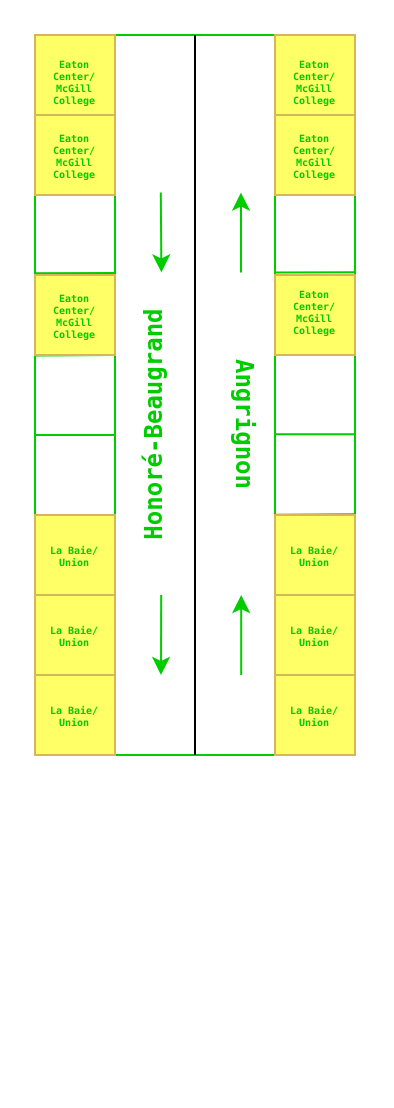
Before: assets/template.drawio in khalilv/khalilv.github.io, a draw.io diagram. Source tidied: cells renumbered, new cells numbered last; positions are measured from the earlier drawing's top-left corner, leaving out a move shared by most shapes. Both pictures are drawn from the tidied source at 200%, with x=0, y=0 at pixel (-166, 34).
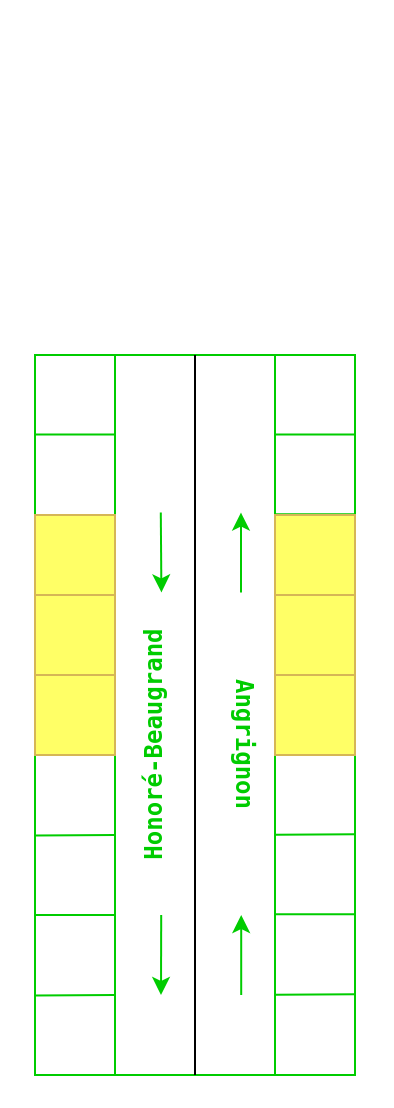
The same page after the edit.

What changed in the source:
```diff
@@
     <mxCell id="2" style="rounded=1;whiteSpace=wrap;html=1;rotation=-90;strokeColor=#00CC00;arcSize=0;" parent="1" vertex="1">
-      <mxGeometry y="100" width="360" height="160" as="geometry" />
+      <mxGeometry y="260" width="360" height="160" as="geometry" />
     </mxCell>
     <mxCell id="3" style="endArrow=none;html=1;rounded=0;strokeColor=#00CC00;" parent="1" edge="1">
       <mxGeometry relative="1" as="geometry">
-        <mxPoint x="140" y="80" as="sourcePoint" />
-        <mxPoint x="100" y="80" as="targetPoint" />
+        <mxPoint x="140" y="240" as="sourcePoint" />
+        <mxPoint x="100" y="240" as="targetPoint" />
       </mxGeometry>
     </mxCell>
     <mxCell id="4" style="endArrow=none;html=1;rounded=0;strokeColor=#00CC00;" parent="1" edge="1">
       <mxGeometry relative="1" as="geometry">
-        <mxPoint x="140" y="119" as="sourcePoint" />
-        <mxPoint x="100.2" y="119.1" as="targetPoint" />
+        <mxPoint x="140" y="279" as="sourcePoint" />
+        <mxPoint x="100.2" y="279.1" as="targetPoint" />
       </mxGeometry>
     </mxCell>
     <mxCell id="5" style="endArrow=none;html=1;rounded=0;strokeColor=#00CC00;" parent="1" edge="1">
       <mxGeometry relative="1" as="geometry">
-        <mxPoint x="140" y="160" as="sourcePoint" />
-        <mxPoint x="100.2" y="160.3" as="targetPoint" />
+        <mxPoint x="140" y="320" as="sourcePoint" />
+        <mxPoint x="100.2" y="320.3" as="targetPoint" />
       </mxGeometry>
     </mxCell>
     <mxCell id="6" style="endArrow=none;html=1;rounded=0;strokeColor=#00CC00;" parent="1" edge="1">
       <mxGeometry relative="1" as="geometry">
-        <mxPoint x="140" y="200" as="sourcePoint" />
-        <mxPoint x="100.2" y="200" as="targetPoint" />
+        <mxPoint x="140" y="360" as="sourcePoint" />
+        <mxPoint x="100.2" y="360" as="targetPoint" />
       </mxGeometry>
     </mxCell>
     <mxCell id="7" style="endArrow=none;html=1;rounded=0;strokeColor=#00CC00;" parent="1" edge="1">
       <mxGeometry relative="1" as="geometry">
-        <mxPoint x="140" y="240" as="sourcePoint" />
-        <mxPoint x="100.2" y="240.3" as="targetPoint" />
+        <mxPoint x="140" y="400" as="sourcePoint" />
+        <mxPoint x="100.2" y="400.3" as="targetPoint" />
       </mxGeometry>
     </mxCell>
     <mxCell id="8" style="endArrow=none;html=1;rounded=0;strokeColor=#00CC00;" parent="1" edge="1">
       <mxGeometry relative="1" as="geometry">
-        <mxPoint x="139.8" y="320" as="sourcePoint" />
-        <mxPoint x="100" y="320.3" as="targetPoint" />
+        <mxPoint x="139.8" y="480" as="sourcePoint" />
+        <mxPoint x="100" y="480.3" as="targetPoint" />
       </mxGeometry>
     </mxCell>
@@
     <mxCell id="12" style="endArrow=none;html=1;rounded=0;strokeColor=#00CC00;" parent="1" edge="1">
       <mxGeometry relative="1" as="geometry">
-        <mxPoint x="140" y="280" as="sourcePoint" />
-        <mxPoint x="100" y="280" as="targetPoint" />
+        <mxPoint x="140" y="440" as="sourcePoint" />
+        <mxPoint x="100" y="440" as="targetPoint" />
       </mxGeometry>
     </mxCell>
     <mxCell id="13" style="endArrow=none;html=1;rounded=0;strokeColor=#00CC00;" parent="1" edge="1">
       <mxGeometry relative="1" as="geometry">
-        <mxPoint x="260.2" y="79.6" as="sourcePoint" />
-        <mxPoint x="220.2" y="79.6" as="targetPoint" />
+        <mxPoint x="260.2" y="239.6" as="sourcePoint" />
+        <mxPoint x="220.2" y="239.6" as="targetPoint" />
       </mxGeometry>
     </mxCell>
     <mxCell id="14" style="endArrow=none;html=1;rounded=0;strokeColor=#00CC00;" parent="1" edge="1">
       <mxGeometry relative="1" as="geometry">
-        <mxPoint x="260.2" y="118.6" as="sourcePoint" />
-        <mxPoint x="220.2" y="118.7" as="targetPoint" />
+        <mxPoint x="260.2" y="278.6" as="sourcePoint" />
+        <mxPoint x="220.2" y="278.7" as="targetPoint" />
       </mxGeometry>
     </mxCell>
     <mxCell id="15" style="endArrow=none;html=1;rounded=0;strokeColor=#00CC00;" parent="1" edge="1">
       <mxGeometry relative="1" as="geometry">
-        <mxPoint x="260.2" y="159.6" as="sourcePoint" />
-        <mxPoint x="220.2" y="159.9" as="targetPoint" />
+        <mxPoint x="260.2" y="319.6" as="sourcePoint" />
+        <mxPoint x="220.2" y="319.9" as="targetPoint" />
       </mxGeometry>
     </mxCell>
     <mxCell id="16" style="endArrow=none;html=1;rounded=0;strokeColor=#00CC00;" parent="1" edge="1">
       <mxGeometry relative="1" as="geometry">
-        <mxPoint x="260.2" y="199.6" as="sourcePoint" />
-        <mxPoint x="220.2" y="199.6" as="targetPoint" />
+        <mxPoint x="260.2" y="359.6" as="sourcePoint" />
+        <mxPoint x="220.2" y="359.6" as="targetPoint" />
       </mxGeometry>
     </mxCell>
     <mxCell id="17" style="endArrow=none;html=1;rounded=0;strokeColor=#00CC00;" parent="1" edge="1">
       <mxGeometry relative="1" as="geometry">
-        <mxPoint x="260.2" y="239.6" as="sourcePoint" />
-        <mxPoint x="220.2" y="239.9" as="targetPoint" />
+        <mxPoint x="260.2" y="399.6" as="sourcePoint" />
+        <mxPoint x="220.2" y="399.9" as="targetPoint" />
       </mxGeometry>
     </mxCell>
     <mxCell id="18" style="endArrow=none;html=1;rounded=0;strokeColor=#00CC00;" parent="1" edge="1">
       <mxGeometry relative="1" as="geometry">
-        <mxPoint x="260.2" y="319.6" as="sourcePoint" />
-        <mxPoint x="220.2" y="319.9" as="targetPoint" />
+        <mxPoint x="260.2" y="479.6" as="sourcePoint" />
+        <mxPoint x="220.2" y="479.9" as="targetPoint" />
       </mxGeometry>
     </mxCell>
     <mxCell id="19" style="endArrow=none;html=1;rounded=0;entryX=0.25;entryY=0;entryDx=0;entryDy=0;strokeColor=#00CC00;" parent="1" edge="1">
       <mxGeometry relative="1" as="geometry">
-        <mxPoint x="260.2" y="279.6" as="sourcePoint" />
-        <mxPoint x="220.2" y="279.6" as="targetPoint" />
+        <mxPoint x="260.2" y="439.6" as="sourcePoint" />
+        <mxPoint x="220.2" y="439.6" as="targetPoint" />
       </mxGeometry>
     </mxCell>
     <mxCell id="20" value="Angrignon" style="text;html=1;strokeColor=none;fillColor=none;align=center;verticalAlign=middle;whiteSpace=wrap;rounded=0;rotation=90;fontColor=#00CC00;fontStyle=1;fontFamily=Lucida Console;" parent="1" vertex="1">
-      <mxGeometry x="160" y="180" width="90" height="30" as="geometry" />
+      <mxGeometry x="160" y="340" width="90" height="30" as="geometry" />
     </mxCell>
     <mxCell id="21" value="Honor&lt;b style=&quot;text-align: left; background-color: rgb(255, 255, 255);&quot;&gt;&lt;font style=&quot;font-size: 12px;&quot;&gt;é-Beaugrand&lt;/font&gt;&lt;/b&gt;" style="text;html=1;strokeColor=none;fillColor=none;align=center;verticalAlign=middle;whiteSpace=wrap;rounded=0;rotation=-90;fontColor=#00CC00;fontStyle=1;fontFamily=Lucida Console;" parent="1" vertex="1">
-      <mxGeometry x="80" y="180" width="160" height="30" as="geometry" />
+      <mxGeometry x="80" y="340" width="160" height="30" as="geometry" />
     </mxCell>
     <mxCell id="22" style="endArrow=classic;html=1;rounded=0;fontFamily=Lucida Console;fontSize=12;fontColor=#00CC00;strokeColor=#00CC00;fontStyle=1;" parent="1" edge="1">
       <mxGeometry relative="1" as="geometry">
-        <mxPoint x="203" y="118.8" as="sourcePoint" />
-        <mxPoint x="203" y="78.8" as="targetPoint" />
+        <mxPoint x="203" y="278.8" as="sourcePoint" />
+        <mxPoint x="203" y="238.8" as="targetPoint" />
       </mxGeometry>
     </mxCell>
     <mxCell id="23" style="endArrow=classic;html=1;rounded=0;fontFamily=Lucida Console;fontSize=12;fontColor=#00CC00;strokeColor=#00CC00;fontStyle=1;" parent="1" edge="1">
       <mxGeometry relative="1" as="geometry">
-        <mxPoint x="203.1" y="320" as="sourcePoint" />
-        <mxPoint x="203.1" y="280" as="targetPoint" />
+        <mxPoint x="203.1" y="480" as="sourcePoint" />
+        <mxPoint x="203.1" y="440" as="targetPoint" />
       </mxGeometry>
     </mxCell>
     <mxCell id="24" style="endArrow=classic;html=1;rounded=0;fontFamily=Lucida Console;fontSize=12;fontColor=#00CC00;strokeColor=#00CC00;fontStyle=1;" parent="1" edge="1">
       <mxGeometry relative="1" as="geometry">
-        <mxPoint x="163.1" y="280" as="sourcePoint" />
-        <mxPoint x="163" y="320" as="targetPoint" />
+        <mxPoint x="163.1" y="440" as="sourcePoint" />
+        <mxPoint x="163" y="480" as="targetPoint" />
       </mxGeometry>
     </mxCell>
     <mxCell id="25" style="endArrow=classic;html=1;rounded=0;fontFamily=Lucida Console;fontSize=12;fontColor=#00CC00;strokeColor=#00CC00;fontStyle=1;" parent="1" edge="1">
       <mxGeometry relative="1" as="geometry">
-        <mxPoint x="162.9" y="78.7" as="sourcePoint" />
-        <mxPoint x="163.2" y="118.7" as="targetPoint" />
+        <mxPoint x="162.9" y="238.7" as="sourcePoint" />
+        <mxPoint x="163.2" y="278.7" as="targetPoint" />
       </mxGeometry>
     </mxCell>
@@
     <mxCell id="27" style="endArrow=none;html=1;rounded=0;strokeColor=#00CC00;" parent="1" edge="1">
       <mxGeometry relative="1" as="geometry">
-        <mxPoint x="140" y="39.7" as="sourcePoint" />
-        <mxPoint x="100" y="39.7" as="targetPoint" />
+        <mxPoint x="140" y="199.7" as="sourcePoint" />
+        <mxPoint x="100" y="199.7" as="targetPoint" />
       </mxGeometry>
     </mxCell>
     <mxCell id="28" style="endArrow=none;html=1;rounded=0;strokeColor=#00CC00;" parent="1" edge="1">
       <mxGeometry relative="1" as="geometry">
-        <mxPoint x="260" y="39.7" as="sourcePoint" />
-        <mxPoint x="220.2" y="39.7" as="targetPoint" />
+        <mxPoint x="260" y="199.7" as="sourcePoint" />
+        <mxPoint x="220.2" y="199.7" as="targetPoint" />
       </mxGeometry>
     </mxCell>
-    <mxCell id="29" style="text;html=1;strokeColor=#d6b656;fillColor=#FFFF66;align=center;verticalAlign=middle;whiteSpace=wrap;rounded=1;fontFamily=Lucida Console;fontSize=7;fontColor=#00CC00;glass=0;sketch=0;arcSize=0;" parent="1" vertex="1">
+    <mxCell id="29" style="text;html=1;strokeColor=#D6B656;fillColor=#FFFF66;align=center;verticalAlign=middle;whiteSpace=wrap;rounded=1;fontFamily=Lucida Console;fontSize=7;fontColor=#00CC00;glass=0;sketch=0;arcSize=0;" parent="1" vertex="1">
       <mxGeometry x="220" y="320" width="40" height="40" as="geometry" />
     </mxCell>
-    <mxCell id="30" style="text;html=1;strokeColor=#d6b656;fillColor=#FFFF66;align=center;verticalAlign=middle;whiteSpace=wrap;rounded=1;fontFamily=Lucida Console;fontSize=7;fontColor=#00CC00;glass=0;sketch=0;arcSize=0;" parent="1" vertex="1">
-      <mxGeometry x="220" width="40" height="40" as="geometry" />
+    <mxCell id="30" style="text;html=1;strokeColor=none;fillColor=none;align=center;verticalAlign=middle;whiteSpace=wrap;rounded=1;fontFamily=Lucida Console;fontSize=7;fontColor=#00CC00;glass=0;sketch=0;arcSize=0;" parent="1" vertex="1">
+      <mxGeometry x="220" y="160" width="40" height="40" as="geometry" />
     </mxCell>
-    <mxCell id="31" style="text;html=1;strokeColor=#d6b656;fillColor=#FFFF66;align=center;verticalAlign=middle;whiteSpace=wrap;rounded=1;fontFamily=Lucida Console;fontSize=7;fontColor=#00CC00;glass=0;sketch=0;arcSize=0;" parent="1" vertex="1">
+    <mxCell id="31" style="text;html=1;strokeColor=#D6B656;fillColor=#FFFF66;align=center;verticalAlign=middle;whiteSpace=wrap;rounded=1;fontFamily=Lucida Console;fontSize=7;fontColor=#00CC00;glass=0;sketch=0;arcSize=0;" parent="1" vertex="1">
       <mxGeometry x="100" y="280" width="40" height="40" as="geometry" />
     </mxCell>
-    <mxCell id="32" style="text;html=1;strokeColor=#d6b656;fillColor=#FFFF66;align=center;verticalAlign=middle;whiteSpace=wrap;rounded=1;fontFamily=Lucida Console;fontSize=7;fontColor=#00CC00;glass=0;sketch=0;arcSize=0;" parent="1" vertex="1">
+    <mxCell id="32" style="text;html=1;strokeColor=#D6B656;fillColor=#FFFF66;align=center;verticalAlign=middle;whiteSpace=wrap;rounded=1;fontFamily=Lucida Console;fontSize=7;fontColor=#00CC00;glass=0;sketch=0;arcSize=0;" parent="1" vertex="1">
       <mxGeometry x="220" y="280" width="40" height="40" as="geometry" />
     </mxCell>
-    <mxCell id="33" style="text;html=1;strokeColor=#d6b656;fillColor=#FFFF66;align=center;verticalAlign=middle;whiteSpace=wrap;rounded=1;fontFamily=Lucida Console;fontSize=7;fontColor=#00CC00;glass=0;sketch=0;arcSize=0;" parent="1" vertex="1">
+    <mxCell id="33" style="text;html=1;strokeColor=#D6B656;fillColor=#FFFF66;align=center;verticalAlign=middle;whiteSpace=wrap;rounded=1;fontFamily=Lucida Console;fontSize=7;fontColor=#00CC00;glass=0;sketch=0;arcSize=0;" parent="1" vertex="1">
       <mxGeometry x="220" y="240" width="40" height="40" as="geometry" />
     </mxCell>
-    <mxCell id="34" style="text;html=1;strokeColor=#d6b656;fillColor=#FFFF66;align=center;verticalAlign=middle;whiteSpace=wrap;rounded=1;fontFamily=Lucida Console;fontSize=7;fontColor=#00CC00;glass=0;sketch=0;arcSize=0;" parent="1" vertex="1">
+    <mxCell id="34" style="text;html=1;strokeColor=#D6B656;fillColor=#FFFF66;align=center;verticalAlign=middle;whiteSpace=wrap;rounded=1;fontFamily=Lucida Console;fontSize=7;fontColor=#00CC00;glass=0;sketch=0;arcSize=0;" parent="1" vertex="1">
       <mxGeometry x="100" y="240" width="40" height="40" as="geometry" />
     </mxCell>
-    <mxCell id="35" style="text;html=1;strokeColor=#d6b656;fillColor=#FFFF66;align=center;verticalAlign=middle;whiteSpace=wrap;rounded=1;fontFamily=Lucida Console;fontSize=7;fontColor=#00CC00;glass=0;sketch=0;arcSize=0;" parent="1" vertex="1">
-      <mxGeometry x="100" y="120" width="40" height="40" as="geometry" />
-    </mxCell>
-    <mxCell id="36" style="text;html=1;strokeColor=#d6b656;fillColor=#FFFF66;align=center;verticalAlign=middle;whiteSpace=wrap;rounded=1;fontFamily=Lucida Console;fontSize=7;fontColor=#00CC00;glass=0;sketch=0;arcSize=0;" parent="1" vertex="1">
-      <mxGeometry x="100" y="40" width="40" height="40" as="geometry" />
-    </mxCell>
-    <mxCell id="37" style="text;html=1;strokeColor=#d6b656;fillColor=#FFFF66;align=center;verticalAlign=middle;whiteSpace=wrap;rounded=1;fontFamily=Lucida Console;fontSize=7;fontColor=#00CC00;glass=0;sketch=0;arcSize=0;" parent="1" vertex="1">
-      <mxGeometry x="100" width="40" height="40" as="geometry" />
-    </mxCell>
-    <mxCell id="38" style="text;html=1;strokeColor=#d6b656;fillColor=#FFFF66;align=center;verticalAlign=middle;whiteSpace=wrap;rounded=1;fontFamily=Lucida Console;fontSize=7;fontColor=#00CC00;glass=0;sketch=0;arcSize=0;" parent="1" vertex="1">
-      <mxGeometry x="220" y="40" width="40" height="40" as="geometry" />
-    </mxCell>
-    <mxCell id="39" style="text;html=1;strokeColor=#d6b656;fillColor=#FFFF66;align=center;verticalAlign=middle;whiteSpace=wrap;rounded=1;fontFamily=Lucida Console;fontSize=7;fontColor=#00CC00;glass=0;sketch=0;arcSize=0;" parent="1" vertex="1">
-      <mxGeometry x="220" y="120" width="40" height="40" as="geometry" />
-    </mxCell>
-    <mxCell id="40" value="Eaton Center/ McGill College" style="text;html=1;strokeColor=none;fillColor=none;align=center;verticalAlign=middle;whiteSpace=wrap;rounded=0;rotation=0;fontColor=#00CC00;fontStyle=1;fontFamily=Lucida Console;fontSize=5;" parent="1" vertex="1">
-      <mxGeometry x="100" y="5" width="40" height="35" as="geometry" />
-    </mxCell>
-    <mxCell id="41" value="Eaton Center/ McGill College" style="text;html=1;strokeColor=none;fillColor=none;align=center;verticalAlign=middle;whiteSpace=wrap;rounded=0;rotation=0;fontColor=#00CC00;fontStyle=1;fontFamily=Lucida Console;fontSize=5;" parent="1" vertex="1">
-      <mxGeometry x="220" y="5" width="40" height="35" as="geometry" />
-    </mxCell>
-    <mxCell id="42" value="Eaton Center/ McGill College" style="text;html=1;strokeColor=none;fillColor=none;align=center;verticalAlign=middle;whiteSpace=wrap;rounded=0;rotation=0;fontColor=#00CC00;fontStyle=1;fontFamily=Lucida Console;fontSize=5;" parent="1" vertex="1">
-      <mxGeometry x="100" y="42.5" width="40" height="35" as="geometry" />
-    </mxCell>
-    <mxCell id="43" value="Eaton Center/ McGill College" style="text;html=1;strokeColor=none;fillColor=none;align=center;verticalAlign=middle;whiteSpace=wrap;rounded=0;rotation=0;fontColor=#00CC00;fontStyle=1;fontFamily=Lucida Console;fontSize=5;" parent="1" vertex="1">
-      <mxGeometry x="220" y="42.5" width="40" height="35" as="geometry" />
-    </mxCell>
-    <mxCell id="44" value="Eaton Center/ McGill College" style="text;html=1;strokeColor=none;fillColor=none;align=center;verticalAlign=middle;whiteSpace=wrap;rounded=0;rotation=0;fontColor=#00CC00;fontStyle=1;fontFamily=Lucida Console;fontSize=5;" parent="1" vertex="1">
-      <mxGeometry x="100" y="122.5" width="40" height="35" as="geometry" />
-    </mxCell>
-    <mxCell id="45" value="Eaton Center/ McGill College" style="text;html=1;strokeColor=none;fillColor=none;align=center;verticalAlign=middle;whiteSpace=wrap;rounded=0;rotation=0;fontColor=#00CC00;fontStyle=1;fontFamily=Lucida Console;fontSize=5;" parent="1" vertex="1">
-      <mxGeometry x="220" y="120" width="40" height="35" as="geometry" />
-    </mxCell>
-    <mxCell id="46" value="La Baie/ Union" style="text;html=1;strokeColor=none;fillColor=none;align=center;verticalAlign=middle;whiteSpace=wrap;rounded=0;rotation=0;fontColor=#00CC00;fontStyle=1;fontFamily=Lucida Console;fontSize=5;" parent="1" vertex="1">
-      <mxGeometry x="220" y="242.5" width="40" height="35" as="geometry" />
-    </mxCell>
-    <mxCell id="47" value="La Baie/ Union" style="text;html=1;strokeColor=none;fillColor=none;align=center;verticalAlign=middle;whiteSpace=wrap;rounded=0;rotation=0;fontColor=#00CC00;fontStyle=1;fontFamily=Lucida Console;fontSize=5;" parent="1" vertex="1">
-      <mxGeometry x="220" y="282.5" width="40" height="35" as="geometry" />
-    </mxCell>
-    <mxCell id="48" value="La Baie/ Union" style="text;html=1;strokeColor=none;fillColor=none;align=center;verticalAlign=middle;whiteSpace=wrap;rounded=0;rotation=0;fontColor=#00CC00;fontStyle=1;fontFamily=Lucida Console;fontSize=5;" parent="1" vertex="1">
-      <mxGeometry x="220" y="322.5" width="40" height="35" as="geometry" />
-    </mxCell>
-    <mxCell id="49" value="La Baie/ Union" style="text;html=1;strokeColor=none;fillColor=none;align=center;verticalAlign=middle;whiteSpace=wrap;rounded=0;rotation=0;fontColor=#00CC00;fontStyle=1;fontFamily=Lucida Console;fontSize=5;" parent="1" vertex="1">
-      <mxGeometry x="100" y="242.5" width="40" height="35" as="geometry" />
-    </mxCell>
-    <mxCell id="50" value="La Baie/ Union" style="text;html=1;strokeColor=none;fillColor=none;align=center;verticalAlign=middle;whiteSpace=wrap;rounded=0;rotation=0;fontColor=#00CC00;fontStyle=1;fontFamily=Lucida Console;fontSize=5;" parent="1" vertex="1">
-      <mxGeometry x="100" y="282.5" width="40" height="35" as="geometry" />
-    </mxCell>
-    <mxCell id="51" value="La Baie/ Union" style="text;html=1;strokeColor=none;fillColor=none;align=center;verticalAlign=middle;whiteSpace=wrap;rounded=0;rotation=0;fontColor=#00CC00;fontStyle=1;fontFamily=Lucida Console;fontSize=5;" parent="1" vertex="1">
-      <mxGeometry x="100" y="322.5" width="40" height="35" as="geometry" />
-    </mxCell>
```
